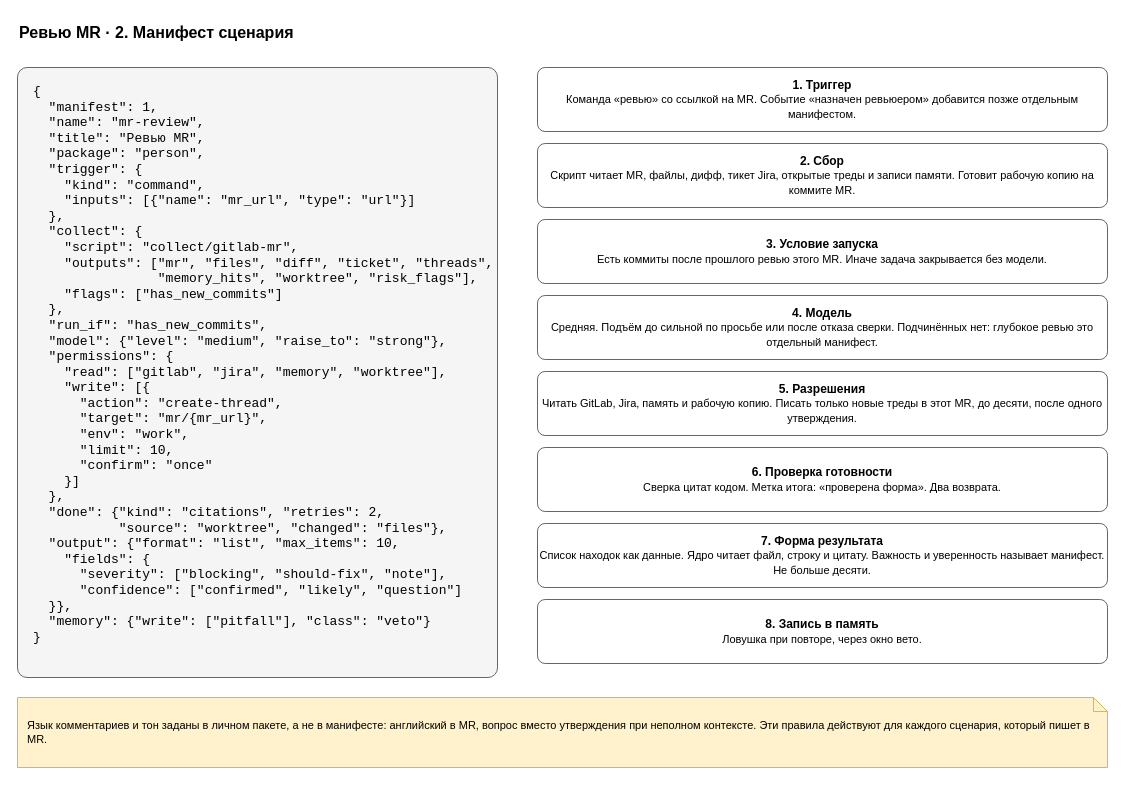
Before: page "2. Манифест" (2 of 7) of docs/spec/harness-instance-mr-review.drawio in roygkov/reins, a draw.io diagram. Source tidied: cells renumbered, new cells numbered last; positions are measured from the earlier drawing's top-left corner, leaving out a move shared by most shapes. Both pictures are drawn from the tidied source at 100%, with x=0, y=0 at pixel (17, 17).
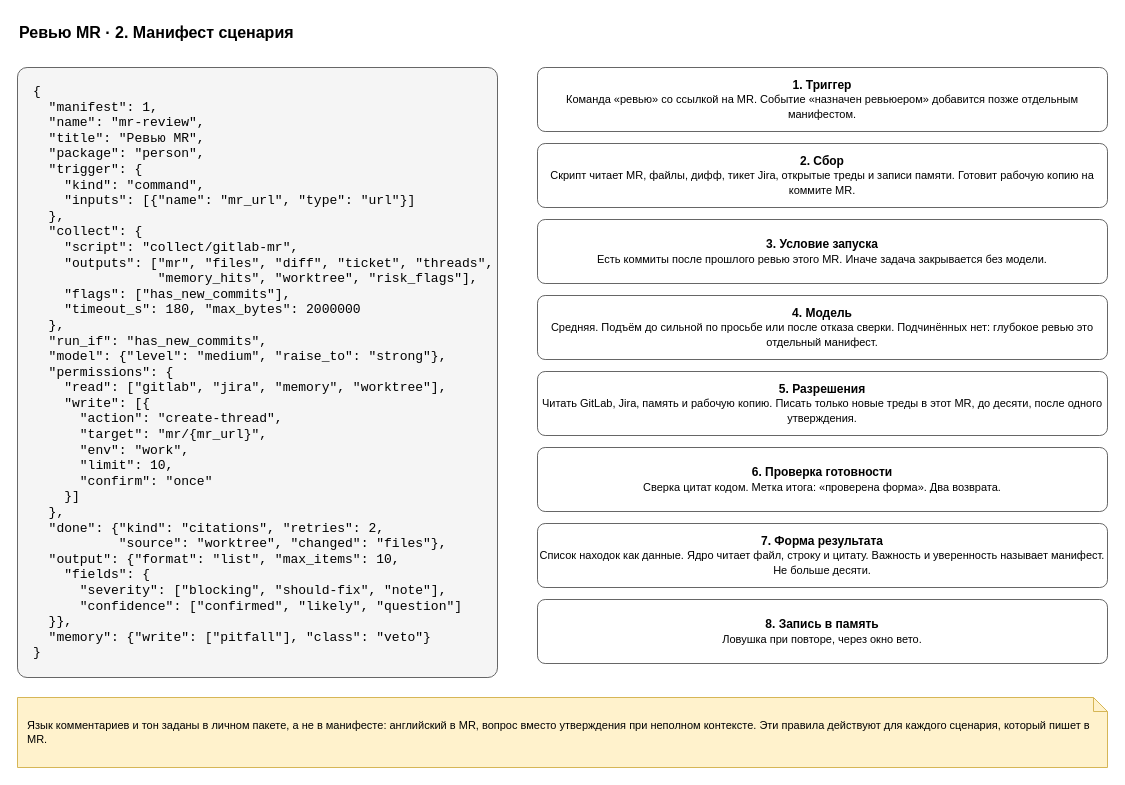
The same page after the edit.

Commit message (it also covers changes not shown here):
The instance pages of the specification say what the packs hold on 12 November

What changed in the source:
```diff
@@
 <mxGraphModel>
   <root>
     <mxCell id="0" />
     <mxCell id="1" parent="0" />
     <mxCell id="2" value="Ревью MR · 2. Манифест сценария" style="text;html=1;align=left;verticalAlign=middle;whiteSpace=wrap;fontSize=16;strokeColor=none;fillColor=none;fontStyle=1;" parent="1" vertex="1">
       <mxGeometry width="900" height="30" as="geometry" />
     </mxCell>
-    <mxCell id="3" value="{&lt;br&gt;&amp;nbsp;&amp;nbsp;&quot;manifest&quot;:&amp;nbsp;1,&lt;br&gt;&amp;nbsp;&amp;nbsp;&quot;name&quot;:&amp;nbsp;&quot;mr-review&quot;,&lt;br&gt;&amp;nbsp;&amp;nbsp;&quot;title&quot;:&amp;nbsp;&quot;Ревью&amp;nbsp;MR&quot;,&lt;br&gt;&amp;nbsp;&amp;nbsp;&quot;package&quot;:&amp;nbsp;&quot;person&quot;,&lt;br&gt;&amp;nbsp;&amp;nbsp;&quot;trigger&quot;:&amp;nbsp;{&lt;br&gt;&amp;nbsp;&amp;nbsp;&amp;nbsp;&amp;nbsp;&quot;kind&quot;:&amp;nbsp;&quot;command&quot;,&lt;br&gt;&amp;nbsp;&amp;nbsp;&amp;nbsp;&amp;nbsp;&quot;inputs&quot;:&amp;nbsp;[{&quot;name&quot;:&amp;nbsp;&quot;mr_url&quot;,&amp;nbsp;&quot;type&quot;:&amp;nbsp;&quot;url&quot;}]&lt;br&gt;&amp;nbsp;&amp;nbsp;},&lt;br&gt;&amp;nbsp;&amp;nbsp;&quot;collect&quot;:&amp;nbsp;{&lt;br&gt;&amp;nbsp;&amp;nbsp;&amp;nbsp;&amp;nbsp;&quot;script&quot;:&amp;nbsp;&quot;collect/gitlab-mr&quot;,&lt;br&gt;&amp;nbsp;&amp;nbsp;&amp;nbsp;&amp;nbsp;&quot;outputs&quot;:&amp;nbsp;[&quot;mr&quot;,&amp;nbsp;&quot;files&quot;,&amp;nbsp;&quot;diff&quot;,&amp;nbsp;&quot;ticket&quot;,&amp;nbsp;&quot;threads&quot;,&lt;br&gt;&amp;nbsp;&amp;nbsp;&amp;nbsp;&amp;nbsp;&amp;nbsp;&amp;nbsp;&amp;nbsp;&amp;nbsp;&amp;nbsp;&amp;nbsp;&amp;nbsp;&amp;nbsp;&amp;nbsp;&amp;nbsp;&amp;nbsp;&amp;nbsp;&quot;memory_hits&quot;,&amp;nbsp;&quot;worktree&quot;,&amp;nbsp;&quot;risk_flags&quot;],&lt;br&gt;&amp;nbsp;&amp;nbsp;&amp;nbsp;&amp;nbsp;&quot;flags&quot;:&amp;nbsp;[&quot;has_new_commits&quot;]&lt;br&gt;&amp;nbsp;&amp;nbsp;},&lt;br&gt;&amp;nbsp;&amp;nbsp;&quot;run_if&quot;:&amp;nbsp;&quot;has_new_commits&quot;,&lt;br&gt;&amp;nbsp;&amp;nbsp;&quot;model&quot;:&amp;nbsp;{&quot;level&quot;:&amp;nbsp;&quot;medium&quot;,&amp;nbsp;&quot;raise_to&quot;:&amp;nbsp;&quot;strong&quot;},&lt;br&gt;&amp;nbsp;&amp;nbsp;&quot;permissions&quot;:&amp;nbsp;{&lt;br&gt;&amp;nbsp;&amp;nbsp;&amp;nbsp;&amp;nbsp;&quot;read&quot;:&amp;nbsp;[&quot;gitlab&quot;,&amp;nbsp;&quot;jira&quot;,&amp;nbsp;&quot;memory&quot;,&amp;nbsp;&quot;worktree&quot;],&lt;br&gt;&amp;nbsp;&amp;nbsp;&amp;nbsp;&amp;nbsp;&quot;write&quot;:&amp;nbsp;[{&lt;br&gt;&amp;nbsp;&amp;nbsp;&amp;nbsp;&amp;nbsp;&amp;nbsp;&amp;nbsp;&quot;action&quot;:&amp;nbsp;&quot;create-thread&quot;,&lt;br&gt;&amp;nbsp;&amp;nbsp;&amp;nbsp;&amp;nbsp;&amp;nbsp;&amp;nbsp;&quot;target&quot;:&amp;nbsp;&quot;mr/{mr_url}&quot;,&lt;br&gt;&amp;nbsp;&amp;nbsp;&amp;nbsp;&amp;nbsp;&amp;nbsp;&amp;nbsp;&quot;env&quot;:&amp;nbsp;&quot;work&quot;,&lt;br&gt;&amp;nbsp;&amp;nbsp;&amp;nbsp;&amp;nbsp;&amp;nbsp;&amp;nbsp;&quot;limit&quot;:&amp;nbsp;10,&lt;br&gt;&amp;nbsp;&amp;nbsp;&amp;nbsp;&amp;nbsp;&amp;nbsp;&amp;nbsp;&quot;confirm&quot;:&amp;nbsp;&quot;once&quot;&lt;br&gt;&amp;nbsp;&amp;nbsp;&amp;nbsp;&amp;nbsp;}]&lt;br&gt;&amp;nbsp;&amp;nbsp;},&lt;br&gt;&amp;nbsp;&amp;nbsp;&quot;done&quot;:&amp;nbsp;{&quot;kind&quot;:&amp;nbsp;&quot;citations&quot;,&amp;nbsp;&quot;retries&quot;:&amp;nbsp;2,&lt;br&gt;&amp;nbsp;&amp;nbsp;&amp;nbsp;&amp;nbsp;&amp;nbsp;&amp;nbsp;&amp;nbsp;&amp;nbsp;&amp;nbsp;&amp;nbsp;&amp;nbsp;&quot;source&quot;:&amp;nbsp;&quot;worktree&quot;,&amp;nbsp;&quot;changed&quot;:&amp;nbsp;&quot;files&quot;},&lt;br&gt;&amp;nbsp;&amp;nbsp;&quot;output&quot;:&amp;nbsp;{&quot;format&quot;:&amp;nbsp;&quot;list&quot;,&amp;nbsp;&quot;max_items&quot;:&amp;nbsp;10,&lt;br&gt;&amp;nbsp;&amp;nbsp;&amp;nbsp;&amp;nbsp;&quot;fields&quot;:&amp;nbsp;{&lt;br&gt;&amp;nbsp;&amp;nbsp;&amp;nbsp;&amp;nbsp;&amp;nbsp;&amp;nbsp;&quot;severity&quot;:&amp;nbsp;[&quot;blocking&quot;,&amp;nbsp;&quot;should-fix&quot;,&amp;nbsp;&quot;note&quot;],&lt;br&gt;&amp;nbsp;&amp;nbsp;&amp;nbsp;&amp;nbsp;&amp;nbsp;&amp;nbsp;&quot;confidence&quot;:&amp;nbsp;[&quot;confirmed&quot;,&amp;nbsp;&quot;likely&quot;,&amp;nbsp;&quot;question&quot;]&lt;br&gt;&amp;nbsp;&amp;nbsp;}},&lt;br&gt;&amp;nbsp;&amp;nbsp;&quot;memory&quot;:&amp;nbsp;{&quot;write&quot;:&amp;nbsp;[&quot;pitfall&quot;],&amp;nbsp;&quot;class&quot;:&amp;nbsp;&quot;veto&quot;}&lt;br&gt;}" style="rounded=1;whiteSpace=wrap;html=1;fillColor=#f5f5f5;strokeColor=#666666;arcSize=2;align=left;verticalAlign=top;spacingLeft=14;spacingTop=10;fontFamily=Courier New;fontSize=13;" parent="1" vertex="1">
+    <mxCell id="3" value="{&lt;br&gt;&amp;nbsp;&amp;nbsp;&quot;manifest&quot;:&amp;nbsp;1,&lt;br&gt;&amp;nbsp;&amp;nbsp;&quot;name&quot;:&amp;nbsp;&quot;mr-review&quot;,&lt;br&gt;&amp;nbsp;&amp;nbsp;&quot;title&quot;:&amp;nbsp;&quot;Ревью&amp;nbsp;MR&quot;,&lt;br&gt;&amp;nbsp;&amp;nbsp;&quot;package&quot;:&amp;nbsp;&quot;person&quot;,&lt;br&gt;&amp;nbsp;&amp;nbsp;&quot;trigger&quot;:&amp;nbsp;{&lt;br&gt;&amp;nbsp;&amp;nbsp;&amp;nbsp;&amp;nbsp;&quot;kind&quot;:&amp;nbsp;&quot;command&quot;,&lt;br&gt;&amp;nbsp;&amp;nbsp;&amp;nbsp;&amp;nbsp;&quot;inputs&quot;:&amp;nbsp;[{&quot;name&quot;:&amp;nbsp;&quot;mr_url&quot;,&amp;nbsp;&quot;type&quot;:&amp;nbsp;&quot;url&quot;}]&lt;br&gt;&amp;nbsp;&amp;nbsp;},&lt;br&gt;&amp;nbsp;&amp;nbsp;&quot;collect&quot;:&amp;nbsp;{&lt;br&gt;&amp;nbsp;&amp;nbsp;&amp;nbsp;&amp;nbsp;&quot;script&quot;:&amp;nbsp;&quot;collect/gitlab-mr&quot;,&lt;br&gt;&amp;nbsp;&amp;nbsp;&amp;nbsp;&amp;nbsp;&quot;outputs&quot;:&amp;nbsp;[&quot;mr&quot;,&amp;nbsp;&quot;files&quot;,&amp;nbsp;&quot;diff&quot;,&amp;nbsp;&quot;ticket&quot;,&amp;nbsp;&quot;threads&quot;,&lt;br&gt;&amp;nbsp;&amp;nbsp;&amp;nbsp;&amp;nbsp;&amp;nbsp;&amp;nbsp;&amp;nbsp;&amp;nbsp;&amp;nbsp;&amp;nbsp;&amp;nbsp;&amp;nbsp;&amp;nbsp;&amp;nbsp;&amp;nbsp;&amp;nbsp;&quot;memory_hits&quot;,&amp;nbsp;&quot;worktree&quot;,&amp;nbsp;&quot;risk_flags&quot;],&lt;br&gt;&amp;nbsp;&amp;nbsp;&amp;nbsp;&amp;nbsp;&quot;flags&quot;:&amp;nbsp;[&quot;has_new_commits&quot;],&lt;br&gt;&amp;nbsp;&amp;nbsp;&amp;nbsp;&amp;nbsp;&quot;timeout_s&quot;:&amp;nbsp;180,&amp;nbsp;&quot;max_bytes&quot;:&amp;nbsp;2000000&lt;br&gt;&amp;nbsp;&amp;nbsp;},&lt;br&gt;&amp;nbsp;&amp;nbsp;&quot;run_if&quot;:&amp;nbsp;&quot;has_new_commits&quot;,&lt;br&gt;&amp;nbsp;&amp;nbsp;&quot;model&quot;:&amp;nbsp;{&quot;level&quot;:&amp;nbsp;&quot;medium&quot;,&amp;nbsp;&quot;raise_to&quot;:&amp;nbsp;&quot;strong&quot;},&lt;br&gt;&amp;nbsp;&amp;nbsp;&quot;permissions&quot;:&amp;nbsp;{&lt;br&gt;&amp;nbsp;&amp;nbsp;&amp;nbsp;&amp;nbsp;&quot;read&quot;:&amp;nbsp;[&quot;gitlab&quot;,&amp;nbsp;&quot;jira&quot;,&amp;nbsp;&quot;memory&quot;,&amp;nbsp;&quot;worktree&quot;],&lt;br&gt;&amp;nbsp;&amp;nbsp;&amp;nbsp;&amp;nbsp;&quot;write&quot;:&amp;nbsp;[{&lt;br&gt;&amp;nbsp;&amp;nbsp;&amp;nbsp;&amp;nbsp;&amp;nbsp;&amp;nbsp;&quot;action&quot;:&amp;nbsp;&quot;create-thread&quot;,&lt;br&gt;&amp;nbsp;&amp;nbsp;&amp;nbsp;&amp;nbsp;&amp;nbsp;&amp;nbsp;&quot;target&quot;:&amp;nbsp;&quot;mr/{mr_url}&quot;,&lt;br&gt;&amp;nbsp;&amp;nbsp;&amp;nbsp;&amp;nbsp;&amp;nbsp;&amp;nbsp;&quot;env&quot;:&amp;nbsp;&quot;work&quot;,&lt;br&gt;&amp;nbsp;&amp;nbsp;&amp;nbsp;&amp;nbsp;&amp;nbsp;&amp;nbsp;&quot;limit&quot;:&amp;nbsp;10,&lt;br&gt;&amp;nbsp;&amp;nbsp;&amp;nbsp;&amp;nbsp;&amp;nbsp;&amp;nbsp;&quot;confirm&quot;:&amp;nbsp;&quot;once&quot;&lt;br&gt;&amp;nbsp;&amp;nbsp;&amp;nbsp;&amp;nbsp;}]&lt;br&gt;&amp;nbsp;&amp;nbsp;},&lt;br&gt;&amp;nbsp;&amp;nbsp;&quot;done&quot;:&amp;nbsp;{&quot;kind&quot;:&amp;nbsp;&quot;citations&quot;,&amp;nbsp;&quot;retries&quot;:&amp;nbsp;2,&lt;br&gt;&amp;nbsp;&amp;nbsp;&amp;nbsp;&amp;nbsp;&amp;nbsp;&amp;nbsp;&amp;nbsp;&amp;nbsp;&amp;nbsp;&amp;nbsp;&amp;nbsp;&quot;source&quot;:&amp;nbsp;&quot;worktree&quot;,&amp;nbsp;&quot;changed&quot;:&amp;nbsp;&quot;files&quot;},&lt;br&gt;&amp;nbsp;&amp;nbsp;&quot;output&quot;:&amp;nbsp;{&quot;format&quot;:&amp;nbsp;&quot;list&quot;,&amp;nbsp;&quot;max_items&quot;:&amp;nbsp;10,&lt;br&gt;&amp;nbsp;&amp;nbsp;&amp;nbsp;&amp;nbsp;&quot;fields&quot;:&amp;nbsp;{&lt;br&gt;&amp;nbsp;&amp;nbsp;&amp;nbsp;&amp;nbsp;&amp;nbsp;&amp;nbsp;&quot;severity&quot;:&amp;nbsp;[&quot;blocking&quot;,&amp;nbsp;&quot;should-fix&quot;,&amp;nbsp;&quot;note&quot;],&lt;br&gt;&amp;nbsp;&amp;nbsp;&amp;nbsp;&amp;nbsp;&amp;nbsp;&amp;nbsp;&quot;confidence&quot;:&amp;nbsp;[&quot;confirmed&quot;,&amp;nbsp;&quot;likely&quot;,&amp;nbsp;&quot;question&quot;]&lt;br&gt;&amp;nbsp;&amp;nbsp;}},&lt;br&gt;&amp;nbsp;&amp;nbsp;&quot;memory&quot;:&amp;nbsp;{&quot;write&quot;:&amp;nbsp;[&quot;pitfall&quot;],&amp;nbsp;&quot;class&quot;:&amp;nbsp;&quot;veto&quot;}&lt;br&gt;}" style="rounded=1;whiteSpace=wrap;html=1;fillColor=#f5f5f5;strokeColor=#666666;arcSize=2;align=left;verticalAlign=top;spacingLeft=14;spacingTop=10;fontFamily=Courier New;fontSize=13;" parent="1" vertex="1">
       <mxGeometry y="50" width="480" height="610" as="geometry" />
     </mxCell>
     <mxCell id="4" value="&lt;b&gt;1. Триггер&lt;/b&gt;&lt;br&gt;&lt;font style=&quot;font-size:11px&quot;&gt;Команда «ревью» со ссылкой на MR. Событие «назначен ревьюером» добавится позже отдельным манифестом.&lt;/font&gt;" style="rounded=1;whiteSpace=wrap;html=1;fillColor=#ffffff;strokeColor=#666666;arcSize=12;" parent="1" vertex="1">
       <mxGeometry x="520" y="50" width="570" height="64" as="geometry" />
     </mxCell>
     <mxCell id="5" value="&lt;b&gt;2. Сбор&lt;/b&gt;&lt;br&gt;&lt;font style=&quot;font-size:11px&quot;&gt;Скрипт читает MR, файлы, дифф, тикет Jira, открытые треды и записи памяти. Готовит рабочую копию на коммите MR.&lt;/font&gt;" style="rounded=1;whiteSpace=wrap;html=1;fillColor=#ffffff;strokeColor=#666666;arcSize=12;" parent="1" vertex="1">
       <mxGeometry x="520" y="126" width="570" height="64" as="geometry" />
     </mxCell>
     <mxCell id="6" value="&lt;b&gt;3. Условие запуска&lt;/b&gt;&lt;br&gt;&lt;font style=&quot;font-size:11px&quot;&gt;Есть коммиты после прошлого ревью этого MR. Иначе задача закрывается без модели.&lt;/font&gt;" style="rounded=1;whiteSpace=wrap;html=1;fillColor=#ffffff;strokeColor=#666666;arcSize=12;" parent="1" vertex="1">
       <mxGeometry x="520" y="202" width="570" height="64" as="geometry" />
     </mxCell>
     <mxCell id="7" value="&lt;b&gt;4. Модель&lt;/b&gt;&lt;br&gt;&lt;font style=&quot;font-size:11px&quot;&gt;Средняя. Подъём до сильной по просьбе или после отказа сверки. Подчинённых нет: глубокое ревью это отдельный манифест.&lt;/font&gt;" style="rounded=1;whiteSpace=wrap;html=1;fillColor=#ffffff;strokeColor=#666666;arcSize=12;" parent="1" vertex="1">
       <mxGeometry x="520" y="278" width="570" height="64" as="geometry" />
     </mxCell>
     <mxCell id="8" value="&lt;b&gt;5. Разрешения&lt;/b&gt;&lt;br&gt;&lt;font style=&quot;font-size:11px&quot;&gt;Читать GitLab, Jira, память и рабочую копию. Писать только новые треды в этот MR, до десяти, после одного утверждения.&lt;/font&gt;" style="rounded=1;whiteSpace=wrap;html=1;fillColor=#ffffff;strokeColor=#666666;arcSize=12;" parent="1" vertex="1">
       <mxGeometry x="520" y="354" width="570" height="64" as="geometry" />
     </mxCell>
     <mxCell id="9" value="&lt;b&gt;6. Проверка готовности&lt;/b&gt;&lt;br&gt;&lt;font style=&quot;font-size:11px&quot;&gt;Сверка цитат кодом. Метка итога: «проверена форма». Два возврата.&lt;/font&gt;" style="rounded=1;whiteSpace=wrap;html=1;fillColor=#ffffff;strokeColor=#666666;arcSize=12;" parent="1" vertex="1">
       <mxGeometry x="520" y="430" width="570" height="64" as="geometry" />
     </mxCell>
     <mxCell id="10" value="&lt;b&gt;7. Форма результата&lt;/b&gt;&lt;br&gt;&lt;font style=&quot;font-size:11px&quot;&gt;Список находок как данные. Ядро читает файл, строку и цитату. Важность и уверенность называет манифест. Не больше десяти.&lt;/font&gt;" style="rounded=1;whiteSpace=wrap;html=1;fillColor=#ffffff;strokeColor=#666666;arcSize=12;" parent="1" vertex="1">
       <mxGeometry x="520" y="506" width="570" height="64" as="geometry" />
     </mxCell>
     <mxCell id="11" value="&lt;b&gt;8. Запись в память&lt;/b&gt;&lt;br&gt;&lt;font style=&quot;font-size:11px&quot;&gt;Ловушка при повторе, через окно вето.&lt;/font&gt;" style="rounded=1;whiteSpace=wrap;html=1;fillColor=#ffffff;strokeColor=#666666;arcSize=12;" parent="1" vertex="1">
       <mxGeometry x="520" y="582" width="570" height="64" as="geometry" />
     </mxCell>
     <mxCell id="12" value="Язык комментариев и тон заданы в личном пакете, а не в манифесте: английский в MR, вопрос вместо утверждения при неполном контексте. Эти правила действуют для каждого сценария, который пишет в MR." style="shape=note;whiteSpace=wrap;html=1;backgroundOutline=1;size=14;fillColor=#fff2cc;strokeColor=#d6b656;align=left;spacingLeft=8;spacingRight=8;fontSize=11;" parent="1" vertex="1">
       <mxGeometry y="680" width="1090" height="70" as="geometry" />
     </mxCell>
   </root>
 </mxGraphModel>
```
